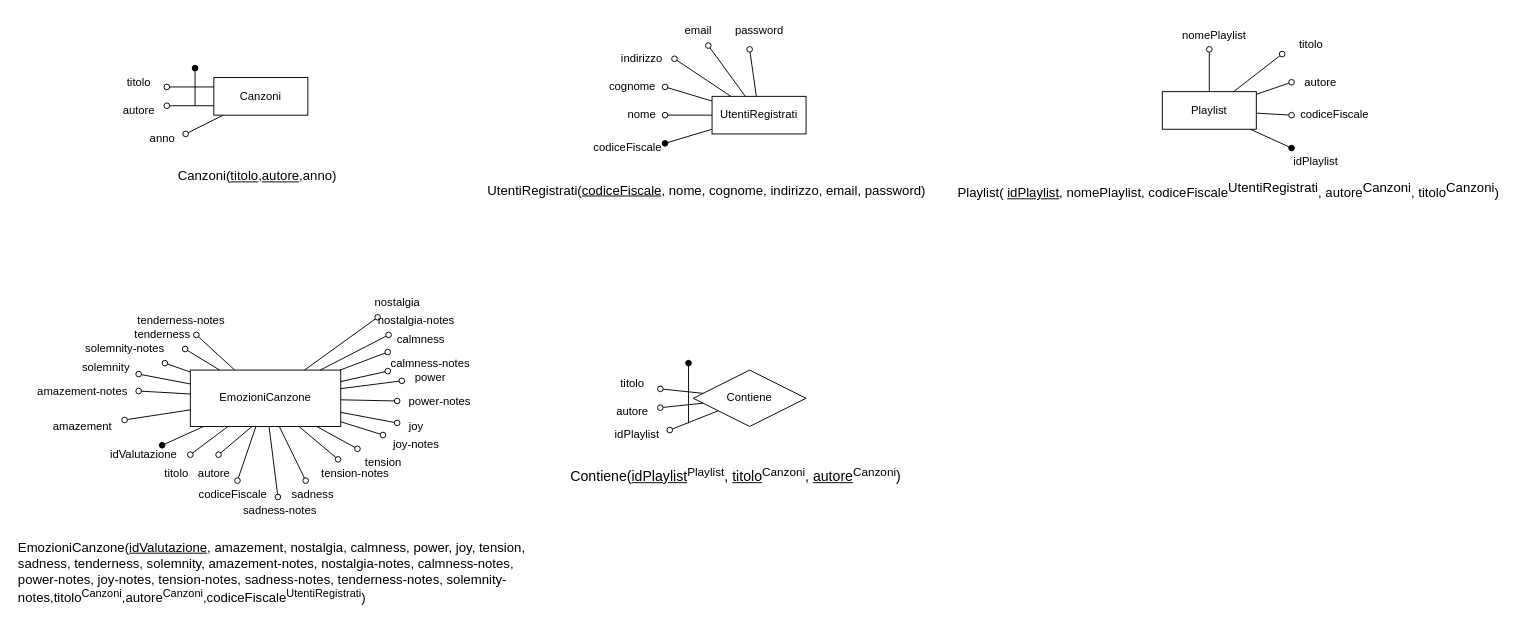
Earlier version of the draw.io diagram SchemaLogico/SchemaLogico.drawio (Cacciaa/LaboratorioB). Source tidied: cells renumbered, new cells numbered last; positions are measured from the earlier drawing's top-left corner, leaving out a move shared by most shapes. Both pictures are drawn from the tidied source at 94%, with x=0, y=0 at pixel (16, 16).
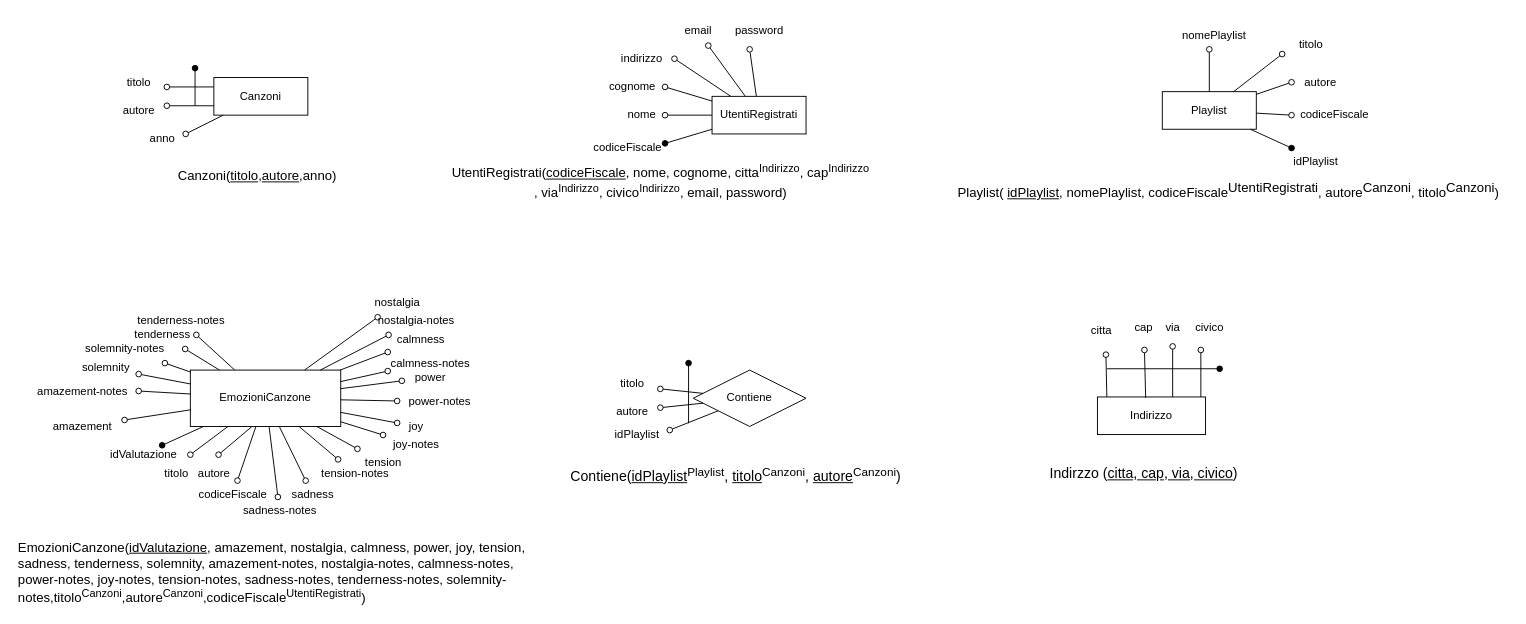
Above is the later version.

What changed in the source:
```diff
@@
-    <mxCell id="89" value="UtentiRegistrati(&lt;u&gt;codiceFiscale&lt;/u&gt;, nome, cognome, indirizzo, email, password)" style="text;html=1;align=center;verticalAlign=middle;strokeColor=none;fillColor=none;fontSize=14;" parent="1" vertex="1">
-      <mxGeometry x="489" y="170" width="490" height="30" as="geometry" />
+    <mxCell id="89" value="UtentiRegistrati(&lt;u&gt;codiceFiscale&lt;/u&gt;, nome, cognome, citta&lt;sup&gt;Indirizzo&lt;/sup&gt;, cap&lt;sup&gt;Indirizzo&lt;/sup&gt;&lt;br&gt;, via&lt;sup&gt;Indirizzo&lt;/sup&gt;, civico&lt;sup&gt;Indirizzo&lt;/sup&gt;, email, password)" style="text;html=1;align=center;verticalAlign=middle;strokeColor=none;fillColor=none;fontSize=14;" parent="1" vertex="1">
+      <mxGeometry x="450" y="150" width="470" height="50" as="geometry" />
     </mxCell>
@@
+    <mxCell id="92" value="Indirizzo" style="rounded=0;whiteSpace=wrap;html=1;" parent="1" vertex="1">
+      <mxGeometry x="1150" y="404.8" width="115" height="40" as="geometry" />
+    </mxCell>
+    <mxCell id="93" style="endArrow=oval;html=1;rounded=0;startArrow=none;startFill=0;endFill=0;entryX=0.571;entryY=1.157;entryDx=0;entryDy=0;entryPerimeter=0;" parent="1" edge="1">
+      <mxGeometry relative="1" as="geometry">
+        <mxPoint x="1160" y="404.8" as="sourcePoint" />
+        <mxPoint x="1159" y="359.8" as="targetPoint" />
+      </mxGeometry>
+    </mxCell>
+    <mxCell id="94" style="endArrow=oval;html=1;rounded=0;startArrow=none;startFill=0;endFill=0;exitX=0.446;exitY=0.023;exitDx=0;exitDy=0;exitPerimeter=0;" parent="1" edge="1" source="92">
+      <mxGeometry relative="1" as="geometry">
+        <mxPoint x="1200" y="354.8" as="targetPoint" />
+      </mxGeometry>
+    </mxCell>
+    <mxCell id="95" style="endArrow=oval;html=1;rounded=0;endFill=0;" parent="1" edge="1">
+      <mxGeometry relative="1" as="geometry">
+        <mxPoint x="1230" y="404.8" as="sourcePoint" />
+        <mxPoint x="1230" y="351" as="targetPoint" />
+      </mxGeometry>
+    </mxCell>
+    <mxCell id="96" style="endArrow=oval;html=1;rounded=0;entryX=0.25;entryY=1;entryDx=0;entryDy=0;endFill=0;" parent="1" edge="1">
+      <mxGeometry relative="1" as="geometry">
+        <mxPoint x="1260" y="404.8" as="sourcePoint" />
+        <mxPoint x="1260" y="354.8" as="targetPoint" />
+      </mxGeometry>
+    </mxCell>
+    <mxCell id="97" style="endArrow=oval;html=1;rounded=0;endFill=1;" parent="1" edge="1">
+      <mxGeometry relative="1" as="geometry">
+        <mxPoint x="1160" y="374.8" as="sourcePoint" />
+        <mxPoint x="1280" y="374.8" as="targetPoint" />
+      </mxGeometry>
+    </mxCell>
+    <mxCell id="98" value="citta" style="text;html=1;align=center;verticalAlign=middle;strokeColor=none;fillColor=none;" parent="1" vertex="1">
+      <mxGeometry x="1129" y="319" width="50" height="30" as="geometry" />
+    </mxCell>
+    <mxCell id="99" value="cap" style="text;html=1;align=center;verticalAlign=middle;strokeColor=none;fillColor=none;" parent="1" vertex="1">
+      <mxGeometry x="1179" y="316" width="40" height="30" as="geometry" />
+    </mxCell>
+    <mxCell id="100" value="via" style="text;html=1;align=center;verticalAlign=middle;strokeColor=none;fillColor=none;" parent="1" vertex="1">
+      <mxGeometry x="1210" y="316" width="40" height="30" as="geometry" />
+    </mxCell>
+    <mxCell id="101" value="civico" style="text;html=1;align=center;verticalAlign=middle;strokeColor=none;fillColor=none;" parent="1" vertex="1">
+      <mxGeometry x="1244" y="316" width="50" height="30" as="geometry" />
+    </mxCell>
+    <mxCell id="102" value="Indirzzo (&lt;u style=&quot;font-size: 15px;&quot;&gt;citta, cap, via, civico&lt;/u&gt;)" style="text;html=1;align=center;verticalAlign=middle;strokeColor=none;fillColor=none;fontSize=15;" parent="1" vertex="1">
+      <mxGeometry x="1089" y="471.2" width="220" height="30" as="geometry" />
+    </mxCell>
```
